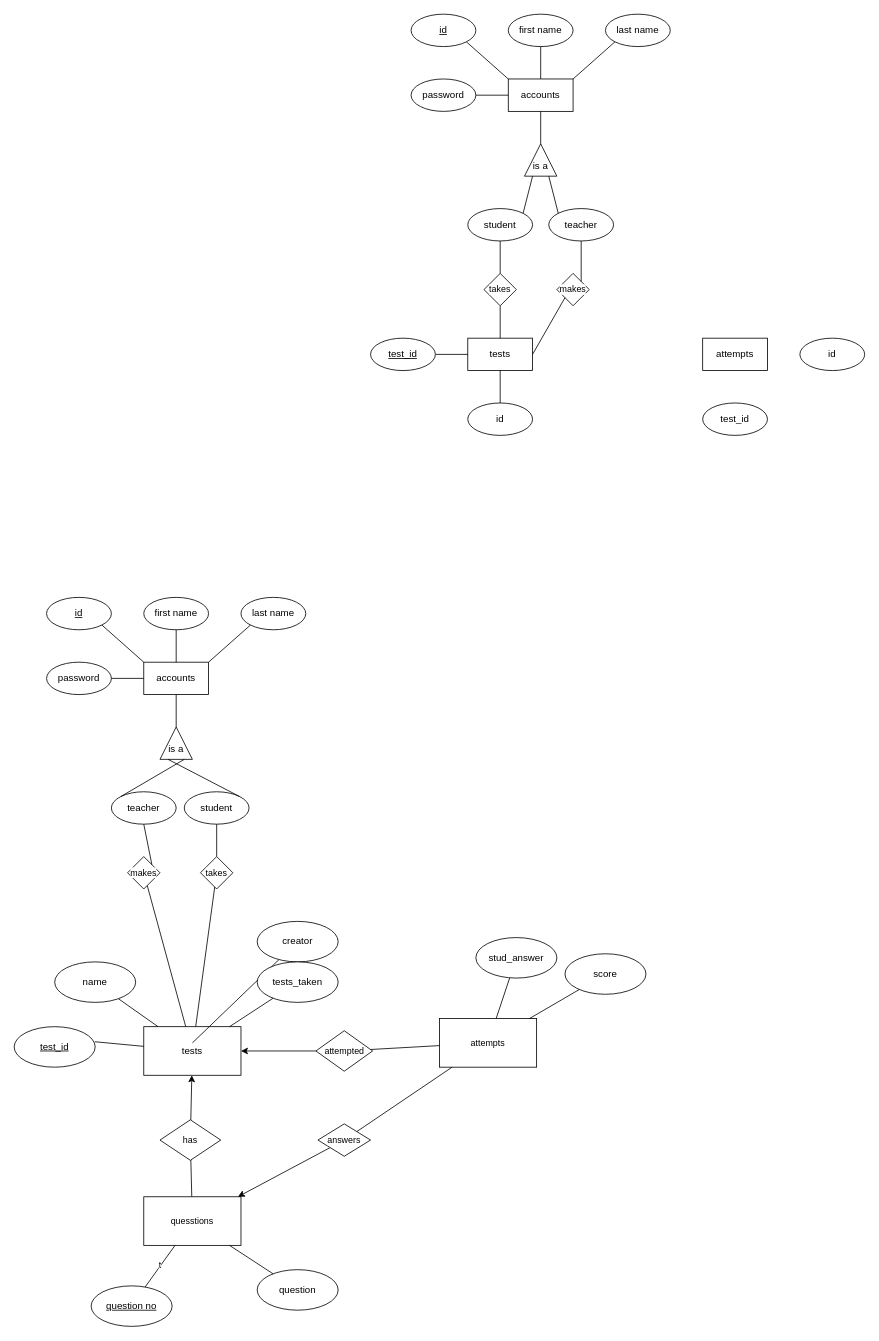
emott13/CSET160-Final-Project keeps this draw.io diagram as diagrams/ERD.drawio. Above is the earlier version. Source tidied: cells renumbered, new cells numbered last; positions are measured from the earlier drawing's top-left corner, leaving out a move shared by most shapes. Both pictures are drawn from the tidied source at 81%, with x=0, y=0 at pixel (14, 14).
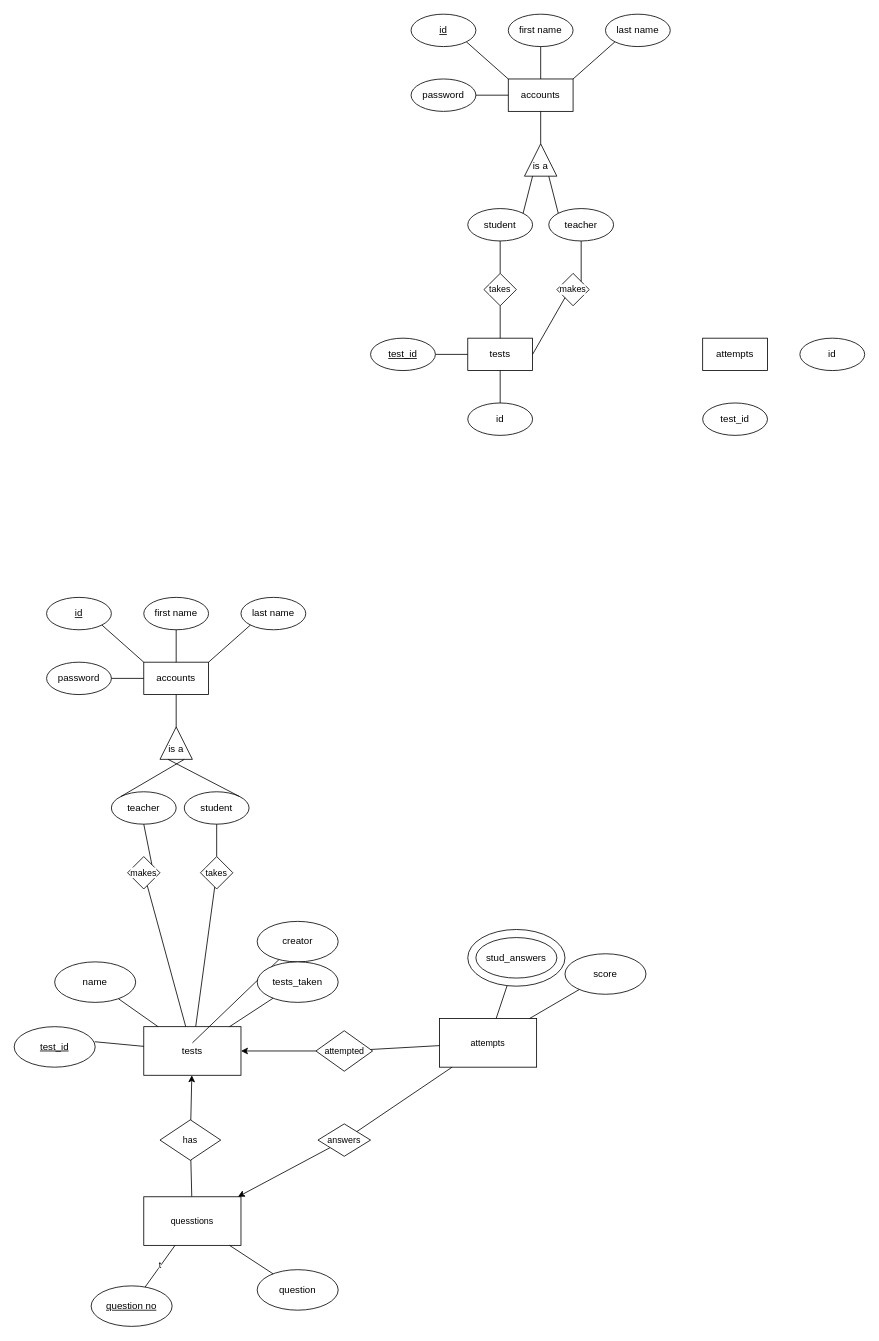
The same diagram, later.

Commit message (it also covers changes not shown here):
Theorizing database structure and draw.io

What changed in the source:
```diff
@@
+    <mxCell id="80" style="ellipse;whiteSpace=wrap;html=1;" parent="1" vertex="1">
+      <mxGeometry x="560" y="1130" width="120" height="70" as="geometry" />
+    </mxCell>
-    <mxCell id="79" value="stud_answer" style="ellipse;whiteSpace=wrap;html=1;" parent="1" vertex="1">
+    <mxCell id="79" value="stud_answers" style="ellipse;whiteSpace=wrap;html=1;" parent="1" vertex="1">
       <mxGeometry x="570" y="1140" width="100" height="50" as="geometry" />
     </mxCell>
```
